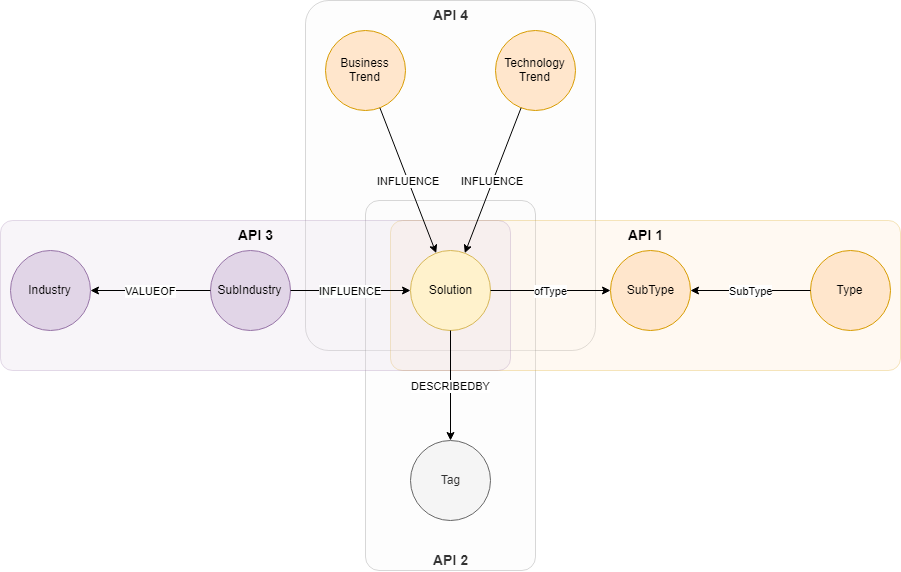
Before: internalContent/DEAPI's/ReportingAPIs/images/SolutionReport.png, a diagram exported from draw.io (EnglishSid/DigitalExplorerSpecs). Source tidied: cells renumbered, new cells last; positions are measured from the earlier drawing's top-left corner, leaving out a move shared by most shapes.
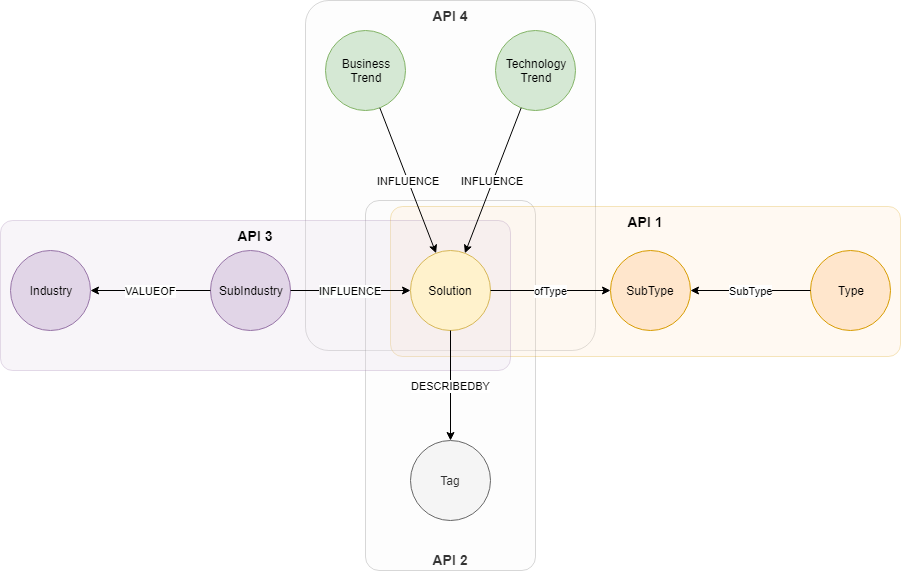
Later version of the same file.

The edit, as a diff of the source:
```diff
@@ -9,7 +9,7 @@
       <mxGeometry x="365" y="200" width="170" height="370" as="geometry" />
     </mxCell>
     <mxCell id="4" value="API 1" style="rounded=1;whiteSpace=wrap;html=1;fontSize=14;opacity=25;arcSize=8;fillColor=#ffe6cc;strokeColor=#d79b00;horizontal=1;fontColor=#000000;verticalAlign=top;fontStyle=1;" parent="1" vertex="1">
-      <mxGeometry x="390" y="220" width="510" height="150" as="geometry" />
+      <mxGeometry x="390" y="206" width="510" height="150" as="geometry" />
     </mxCell>
     <mxCell id="5" value="API 3" style="rounded=1;whiteSpace=wrap;html=1;fontSize=14;opacity=25;arcSize=8;fillColor=#e1d5e7;strokeColor=#9673a6;verticalAlign=top;fontStyle=1;" parent="1" vertex="1">
       <mxGeometry y="220" width="510" height="150" as="geometry" />
@@ -32,10 +32,10 @@
     <mxCell id="11" value="Tag" style="ellipse;whiteSpace=wrap;html=1;fillColor=#f5f5f5;strokeColor=#666666;fontColor=#333333;" parent="1" vertex="1">
       <mxGeometry x="410" y="440" width="80" height="80" as="geometry" />
     </mxCell>
-    <mxCell id="12" value="Business&lt;br&gt;Trend" style="ellipse;whiteSpace=wrap;html=1;fillColor=#ffe6cc;strokeColor=#d79b00;" parent="1" vertex="1">
+    <mxCell id="12" value="Business&lt;br&gt;Trend" style="ellipse;whiteSpace=wrap;html=1;fillColor=#d5e8d4;strokeColor=#82b366;" parent="1" vertex="1">
       <mxGeometry x="325" y="30" width="80" height="80" as="geometry" />
     </mxCell>
-    <mxCell id="13" value="Technology&lt;br&gt;Trend" style="ellipse;whiteSpace=wrap;html=1;fillColor=#ffe6cc;strokeColor=#d79b00;" parent="1" vertex="1">
+    <mxCell id="13" value="Technology&lt;br&gt;Trend" style="ellipse;whiteSpace=wrap;html=1;fillColor=#d5e8d4;strokeColor=#82b366;" parent="1" vertex="1">
       <mxGeometry x="495" y="30" width="80" height="80" as="geometry" />
     </mxCell>
     <mxCell id="14" value="INFLUENCE" style="endArrow=classic;html=1;" parent="1" edge="1" source="9" target="6">
```
